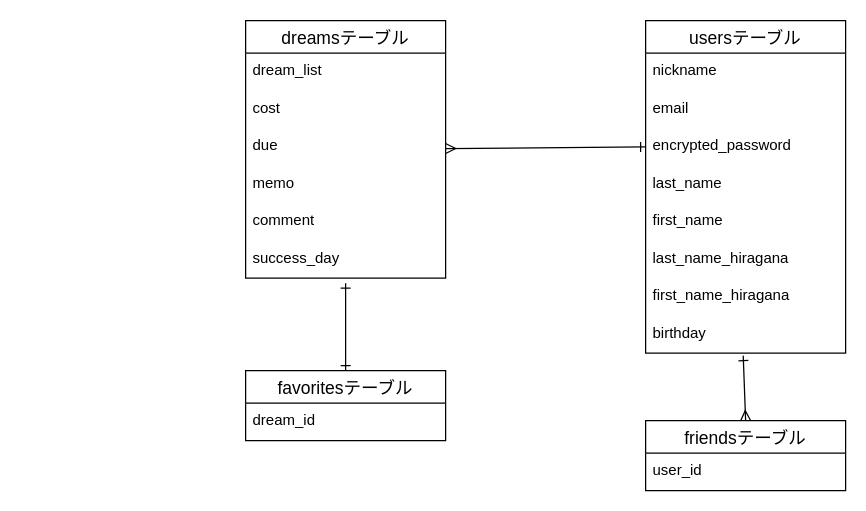
Shibasaki-Suzuka/original-app keeps this draw.io diagram as original-app.dio. Above is the earlier version. Source tidied: cells renumbered, new cells numbered last; positions are measured from the earlier drawing's top-left corner, leaving out a move shared by most shapes. Both pictures are drawn from the tidied source at 125%, with x=0, y=0 at pixel (245, 20).
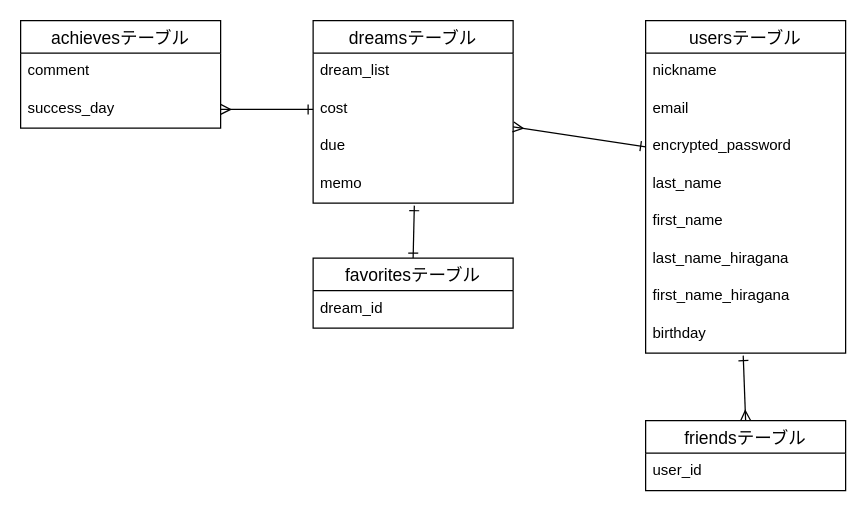
The same diagram, later.

Unchanged cells that the change refers to:
```xml
<mxCell id="14" value="cost" style="text;strokeColor=none;fillColor=none;spacingLeft=4;spacingRight=4;overflow=hidden;points=[[0,0.5],[1,0.5]];portConstraint=eastwest;fontSize=12;" parent="12" vertex="1">
  <mxGeometry y="56" width="160" height="30" as="geometry" />
</mxCell>
<mxCell id="16" value="memo" style="text;strokeColor=none;fillColor=none;spacingLeft=4;spacingRight=4;overflow=hidden;points=[[0,0.5],[1,0.5]];portConstraint=eastwest;fontSize=12;" parent="12" vertex="1">
  <mxGeometry y="116" width="160" height="30" as="geometry" />
</mxCell>
```

The edit, as a diff of the source:
```diff
@@
     <mxCell id="12" value="dreamsテーブル" style="swimlane;fontStyle=0;horizontal=1;startSize=26;align=center;fontSize=14;" parent="1" vertex="1">
-      <mxGeometry width="160" height="206" as="geometry" />
+      <mxGeometry x="54" width="160" height="146" as="geometry" />
     </mxCell>
@@
-    <mxCell id="17" value="comment" style="text;strokeColor=none;fillColor=none;spacingLeft=4;spacingRight=4;overflow=hidden;fontSize=12;" parent="12" vertex="1">
-      <mxGeometry y="146" width="160" height="30" as="geometry" />
-    </mxCell>
-    <mxCell id="18" value="success_day" style="text;strokeColor=none;fillColor=none;spacingLeft=4;spacingRight=4;overflow=hidden;points=[[0,0.5],[1,0.5]];portConstraint=eastwest;fontSize=12;" parent="12" vertex="1">
-      <mxGeometry y="176" width="160" height="30" as="geometry" />
-    </mxCell>
@@
-    <mxCell id="22" style="edgeStyle=none;html=1;exitX=0.5;exitY=0;exitDx=0;exitDy=0;startArrow=ERone;startFill=0;endArrow=ERone;endFill=0;" parent="1" edge="1" source="23">
-      <mxGeometry relative="1" as="geometry">
-        <mxPoint x="80" y="210" as="targetPoint" />
-      </mxGeometry>
+    <mxCell id="22" style="edgeStyle=none;html=1;exitX=0.5;exitY=0;exitDx=0;exitDy=0;startArrow=ERone;startFill=0;endArrow=ERone;endFill=0;entryX=0.506;entryY=1.067;entryDx=0;entryDy=0;entryPerimeter=0;" parent="1" edge="1" source="23" target="16">
+      <mxGeometry relative="1" as="geometry" />
     </mxCell>
     <mxCell id="23" value="favoritesテーブル" style="swimlane;fontStyle=0;horizontal=1;startSize=26;align=center;fontSize=14;" parent="1" vertex="1">
-      <mxGeometry y="280" width="160" height="56" as="geometry" />
+      <mxGeometry x="54" y="190" width="160" height="56" as="geometry" />
     </mxCell>
@@
+    <mxCell id="25" value="achievesテーブル" style="swimlane;fontStyle=0;horizontal=1;startSize=26;align=center;fontSize=14;" parent="1" vertex="1">
+      <mxGeometry x="-180" width="160" height="86" as="geometry" />
+    </mxCell>
+    <mxCell id="17" value="comment" style="text;strokeColor=none;fillColor=none;spacingLeft=4;spacingRight=4;overflow=hidden;fontSize=12;" parent="25" vertex="1">
+      <mxGeometry y="26" width="160" height="30" as="geometry" />
+    </mxCell>
+    <mxCell id="18" value="success_day" style="text;strokeColor=none;fillColor=none;spacingLeft=4;spacingRight=4;overflow=hidden;points=[[0,0.5],[1,0.5]];portConstraint=eastwest;fontSize=12;" parent="25" vertex="1">
+      <mxGeometry y="56" width="160" height="30" as="geometry" />
+    </mxCell>
+    <mxCell id="26" style="edgeStyle=none;html=1;exitX=1;exitY=0.5;exitDx=0;exitDy=0;entryX=0;entryY=0.5;entryDx=0;entryDy=0;startArrow=ERmany;startFill=0;endArrow=ERone;endFill=0;" parent="1" edge="1" source="18" target="14">
+      <mxGeometry relative="1" as="geometry" />
+    </mxCell>
```
